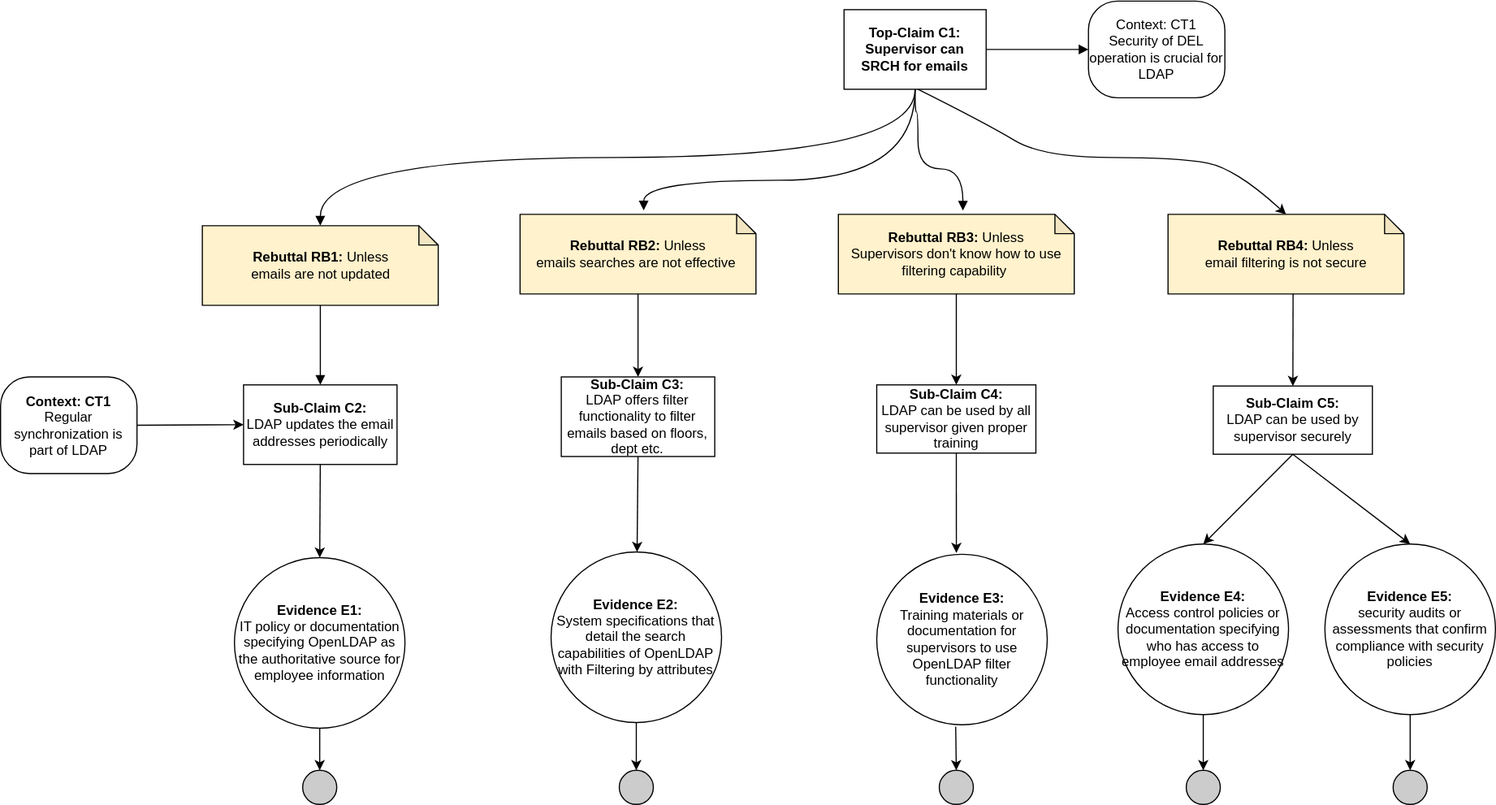
Before: images/SRCH.svg, a diagram exported from draw.io (bartelsjoshuac/SAPG). Source tidied: cells renumbered, new cells last; positions are measured from the earlier drawing's top-left corner, leaving out a move shared by most shapes.
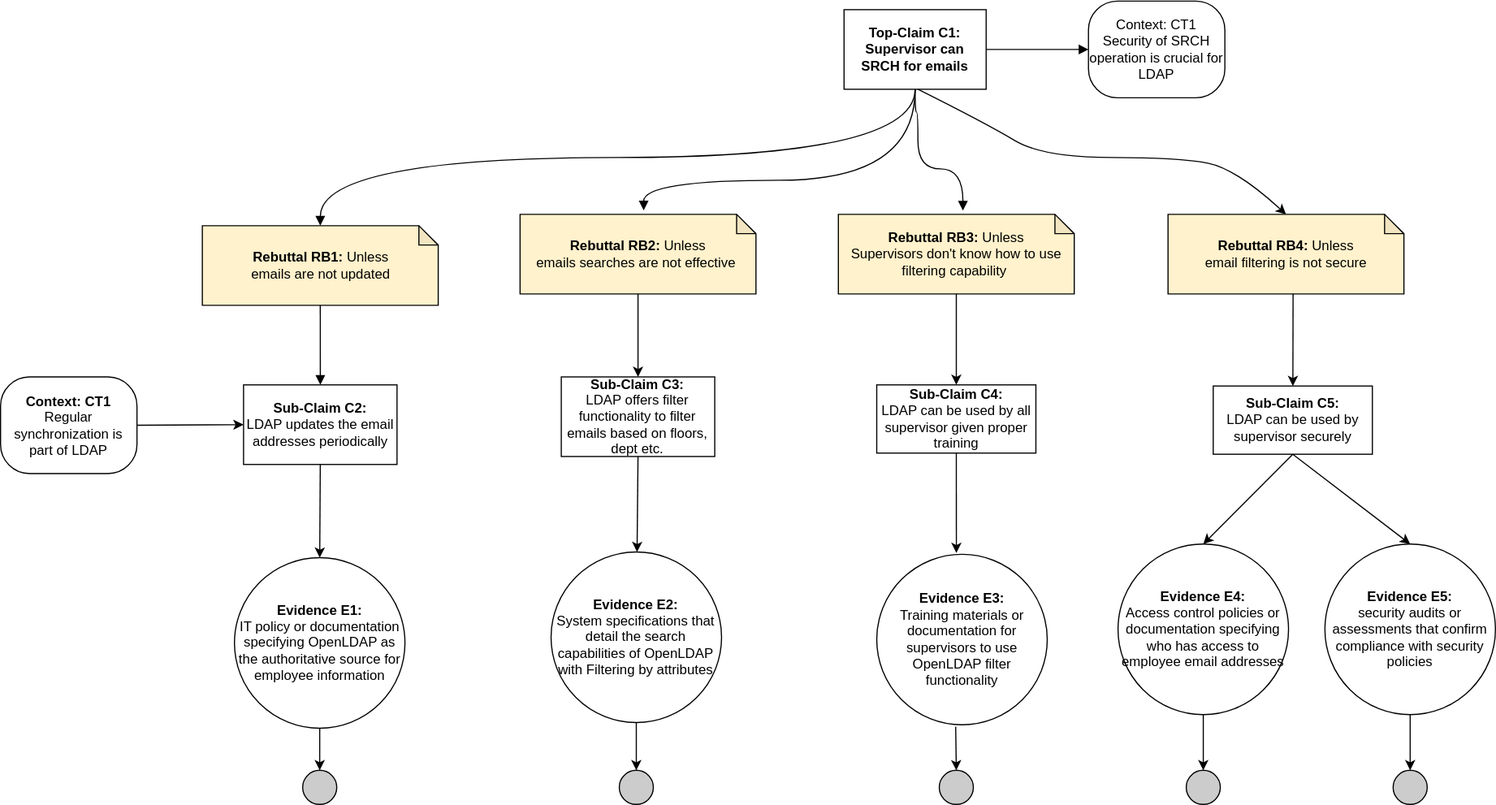
The same diagram one commit later.

What changed in the source:
```diff
@@ -16,7 +16,7 @@
     <mxCell id="4" value="&lt;b&gt;Top-Claim C1:&lt;br&gt;Supervisor can SRCH for emails&lt;br&gt;&lt;/b&gt;" style="rounded=0;whiteSpace=wrap;html=1;" parent="1" vertex="1">
       <mxGeometry x="742" y="8" width="125" height="70" as="geometry" />
     </mxCell>
-    <mxCell id="5" value="Context: CT1&lt;br&gt;Security of DEL operation is crucial for LDAP" style="rounded=1;whiteSpace=wrap;html=1;arcSize=30;" parent="1" vertex="1">
+    <mxCell id="5" value="Context: CT1&lt;br&gt;Security of SRCH operation is crucial for LDAP" style="rounded=1;whiteSpace=wrap;html=1;arcSize=30;" parent="1" vertex="1">
       <mxGeometry x="957" y="0.5" width="120" height="85" as="geometry" />
     </mxCell>
     <mxCell id="6" style="edgeStyle=orthogonalEdgeStyle;curved=1;rounded=0;jettySize=auto;html=1;endArrow=block;endFill=1;" parent="1" edge="1" source="7" target="8">
```
